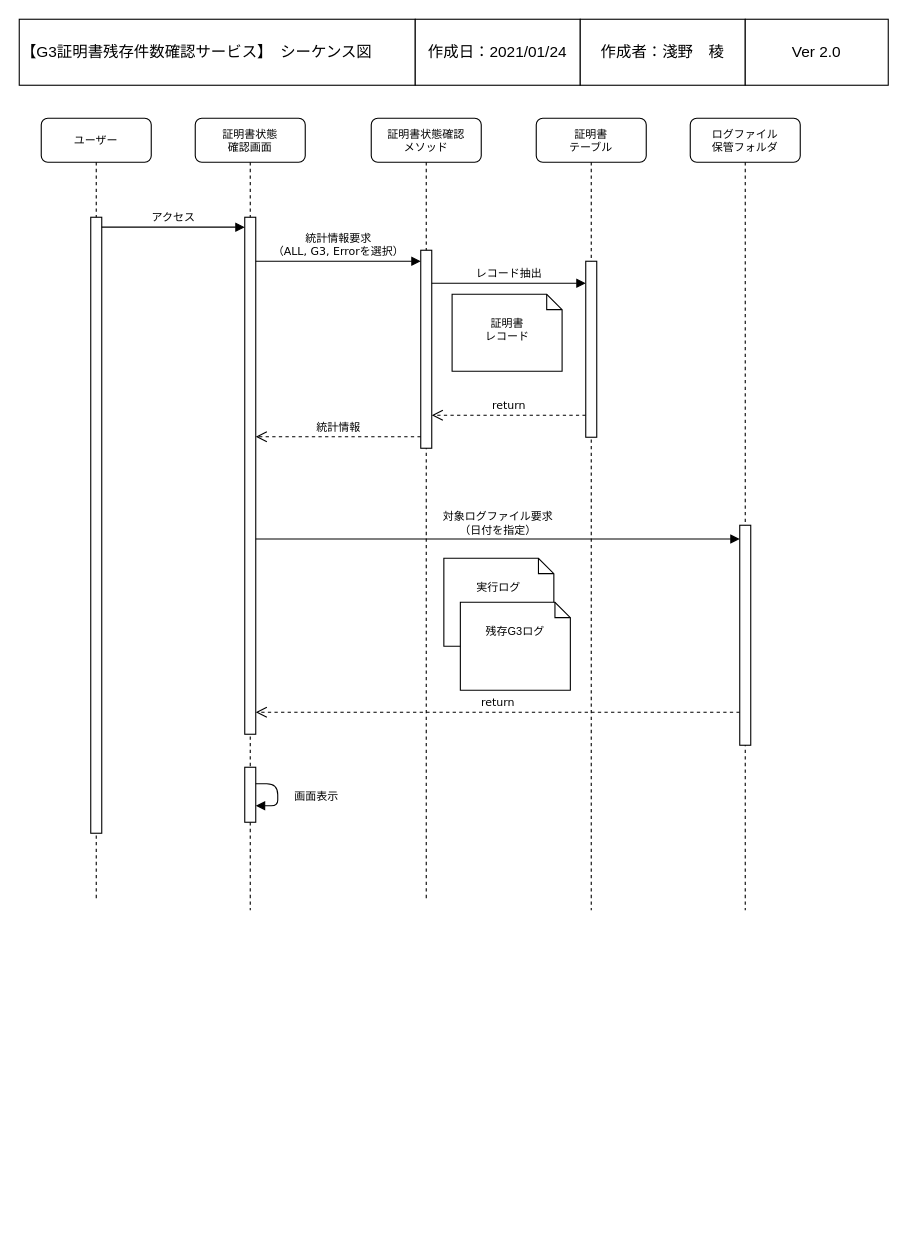
r-asano/kaihatsubuKenshu keeps this draw.io diagram as page "シーケンス図（WEB UI）" (2 of 6) of UMLDiagram.drawio. Above is the earlier version. Source tidied: cells renumbered, new cells numbered last; positions are measured from the earlier drawing's top-left corner, leaving out a move shared by most shapes. Both pictures are drawn from the tidied source at 110%, with x=0, y=0 at pixel (19, 19).
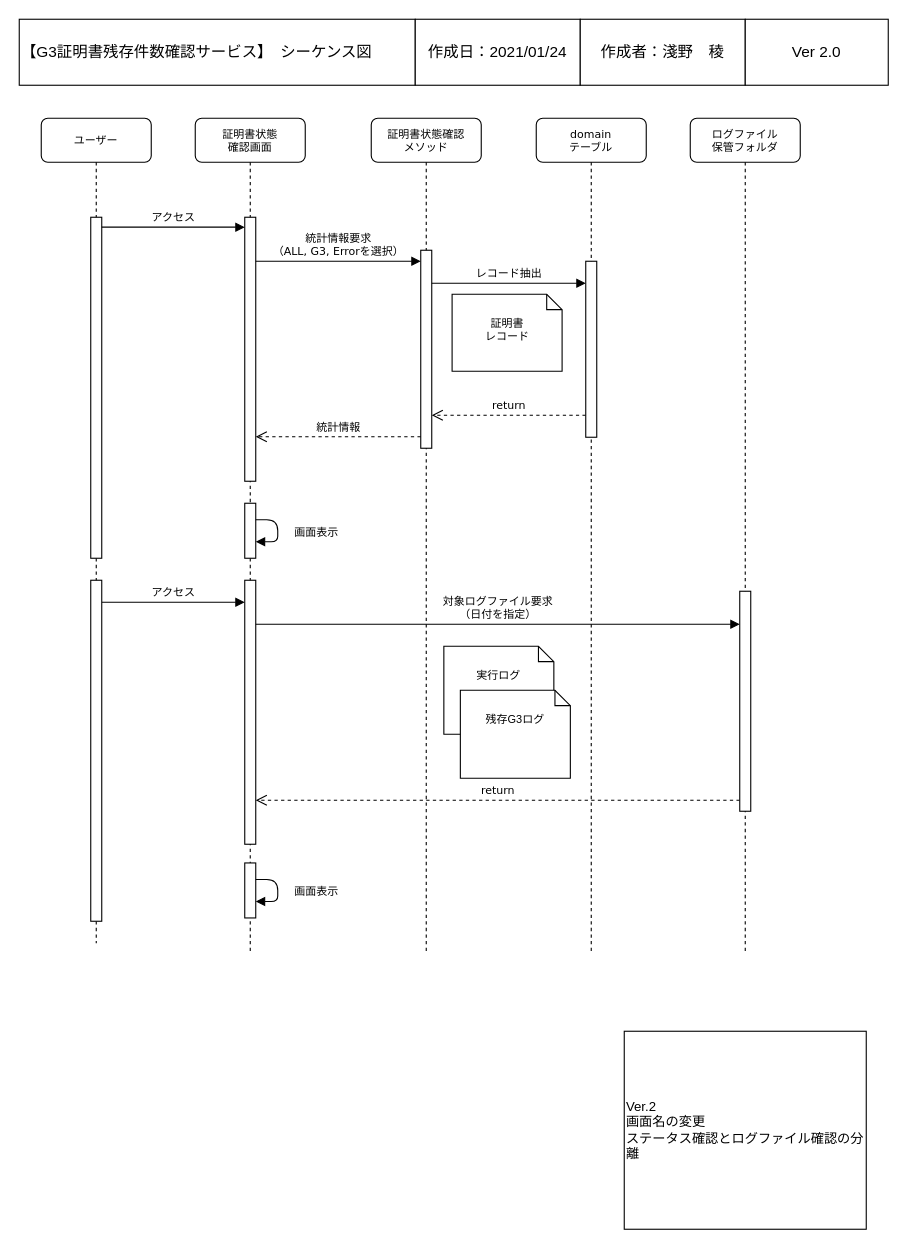
The same page after the edit.

Diff of the diagram source:
```diff
@@
     <mxCell id="2" value="証明書状態&lt;br style=&quot;font-size: 10px&quot;&gt;確認画面" style="shape=umlLifeline;perimeter=lifelinePerimeter;whiteSpace=wrap;html=1;rounded=1;shadow=0;comic=0;labelBackgroundColor=none;strokeWidth=1;fontFamily=Verdana;fontSize=10;align=center;" parent="1" vertex="1">
-      <mxGeometry x="160" y="90" width="100" height="720" as="geometry" />
+      <mxGeometry x="160" y="90" width="100" height="760" as="geometry" />
     </mxCell>
     <mxCell id="3" style="html=1;points=[];perimeter=orthogonalPerimeter;rounded=0;shadow=0;comic=0;labelBackgroundColor=none;strokeWidth=1;fontFamily=Verdana;fontSize=10;align=center;" parent="2" vertex="1">
-      <mxGeometry x="45" y="90" width="10" height="470" as="geometry" />
+      <mxGeometry x="45" y="90" width="10" height="240" as="geometry" />
     </mxCell>
     <mxCell id="4" style="html=1;points=[];perimeter=orthogonalPerimeter;rounded=0;shadow=0;comic=0;labelBackgroundColor=none;strokeWidth=1;fontFamily=Verdana;fontSize=10;align=center;" parent="2" vertex="1">
-      <mxGeometry x="45" y="590" width="10" height="50" as="geometry" />
+      <mxGeometry x="45" y="677" width="10" height="50" as="geometry" />
     </mxCell>
@@
+    <mxCell id="28" style="html=1;points=[];perimeter=orthogonalPerimeter;rounded=0;shadow=0;comic=0;labelBackgroundColor=none;strokeWidth=1;fontFamily=Verdana;fontSize=10;align=center;" parent="2" vertex="1">
+      <mxGeometry x="45" y="420" width="10" height="240" as="geometry" />
+    </mxCell>
+    <mxCell id="29" style="html=1;points=[];perimeter=orthogonalPerimeter;rounded=0;shadow=0;comic=0;labelBackgroundColor=none;strokeWidth=1;fontFamily=Verdana;fontSize=10;align=center;" parent="2" vertex="1">
+      <mxGeometry x="45" y="350" width="10" height="50" as="geometry" />
+    </mxCell>
+    <mxCell id="30" value="画面表示" style="html=1;verticalAlign=bottom;endArrow=block;fontSize=10;" parent="2" edge="1" source="29" target="29">
+      <mxGeometry x="0.33" y="-35" relative="1" as="geometry">
+        <mxPoint x="35" y="35" as="offset" />
+      </mxGeometry>
+    </mxCell>
     <mxCell id="6" value="&lt;div style=&quot;font-size: 10px&quot;&gt;証明書状態確認&lt;br&gt;&lt;/div&gt;&lt;div style=&quot;font-size: 10px&quot;&gt;メソッド&lt;br style=&quot;font-size: 10px&quot;&gt;&lt;/div&gt;" style="shape=umlLifeline;perimeter=lifelinePerimeter;whiteSpace=wrap;html=1;rounded=1;shadow=0;comic=0;labelBackgroundColor=none;strokeWidth=1;fontFamily=Verdana;fontSize=10;align=center;" parent="1" vertex="1">
-      <mxGeometry x="320" y="90" width="100" height="710" as="geometry" />
+      <mxGeometry x="320" y="90" width="100" height="760" as="geometry" />
     </mxCell>
@@
     <mxCell id="8" value="ユーザー" style="shape=umlLifeline;perimeter=lifelinePerimeter;whiteSpace=wrap;html=1;rounded=1;shadow=0;comic=0;labelBackgroundColor=none;strokeWidth=1;fontFamily=Verdana;fontSize=10;align=center;" parent="1" vertex="1">
-      <mxGeometry x="20" y="90" width="100" height="710" as="geometry" />
+      <mxGeometry x="20" y="90" width="100" height="750" as="geometry" />
     </mxCell>
     <mxCell id="9" style="html=1;points=[];perimeter=orthogonalPerimeter;rounded=0;shadow=0;comic=0;labelBackgroundColor=none;strokeWidth=1;fontFamily=Verdana;fontSize=10;align=center;" parent="8" vertex="1">
-      <mxGeometry x="45" y="90" width="10" height="560" as="geometry" />
+      <mxGeometry x="45" y="90" width="10" height="310" as="geometry" />
     </mxCell>
-    <mxCell id="10" value="&lt;div&gt;対象ログファイル要求&lt;/div&gt;（日付を指定）" style="html=1;verticalAlign=bottom;endArrow=block;labelBackgroundColor=none;fontFamily=Verdana;fontSize=10;edgeStyle=elbowEdgeStyle;elbow=vertical;" parent="1" edge="1" target="14">
+    <mxCell id="10" value="&lt;div&gt;対象ログファイル要求&lt;/div&gt;（日付を指定）" style="html=1;verticalAlign=bottom;endArrow=block;labelBackgroundColor=none;fontFamily=Verdana;fontSize=10;edgeStyle=elbowEdgeStyle;elbow=vertical;" parent="1" edge="1" source="28" target="14">
       <mxGeometry relative="1" as="geometry">
-        <mxPoint x="215" y="472.5" as="sourcePoint" />
         <Array as="points">
-          <mxPoint x="300" y="472.5" />
+          <mxPoint x="580" y="550" />
+          <mxPoint x="570" y="560" />
+          <mxPoint x="330" y="540" />
+          <mxPoint x="310" y="690" />
+          <mxPoint x="300" y="532.5" />
         </Array>
       </mxGeometry>
     </mxCell>
-    <mxCell id="11" value="return" style="html=1;verticalAlign=bottom;endArrow=open;dashed=1;endSize=8;labelBackgroundColor=none;fontFamily=Verdana;fontSize=10;edgeStyle=elbowEdgeStyle;elbow=vertical;" parent="1" edge="1" source="14" target="3">
+    <mxCell id="11" value="return" style="html=1;verticalAlign=bottom;endArrow=open;dashed=1;endSize=8;labelBackgroundColor=none;fontFamily=Verdana;fontSize=10;edgeStyle=elbowEdgeStyle;elbow=vertical;" parent="1" edge="1" source="14" target="28">
       <mxGeometry relative="1" as="geometry">
         <Array as="points">
-          <mxPoint x="560" y="630" />
-          <mxPoint x="300" y="592.5" />
-          <mxPoint x="300" y="582.5" />
-          <mxPoint x="330" y="582.5" />
+          <mxPoint x="590" y="710" />
+          <mxPoint x="320" y="690" />
+          <mxPoint x="310" y="620" />
+          <mxPoint x="210" y="530" />
+          <mxPoint x="560" y="690" />
+          <mxPoint x="300" y="652.5" />
+          <mxPoint x="300" y="642.5" />
+          <mxPoint x="330" y="642.5" />
         </Array>
       </mxGeometry>
     </mxCell>
@@
     <mxCell id="13" value="ログファイル&lt;br style=&quot;font-size: 10px&quot;&gt;保管フォルダ" style="shape=umlLifeline;perimeter=lifelinePerimeter;whiteSpace=wrap;html=1;rounded=1;shadow=0;comic=0;labelBackgroundColor=none;strokeWidth=1;fontFamily=Verdana;fontSize=10;align=center;" parent="1" vertex="1">
-      <mxGeometry x="610" y="90" width="100" height="720" as="geometry" />
+      <mxGeometry x="610" y="90" width="100" height="760" as="geometry" />
     </mxCell>
     <mxCell id="14" style="html=1;points=[];perimeter=orthogonalPerimeter;rounded=0;shadow=0;comic=0;labelBackgroundColor=none;strokeWidth=1;fontFamily=Verdana;fontSize=10;align=center;" parent="13" vertex="1">
-      <mxGeometry x="45" y="370" width="10" height="200" as="geometry" />
+      <mxGeometry x="45" y="430" width="10" height="200" as="geometry" />
     </mxCell>
@@
-    <mxCell id="19" value="&lt;div style=&quot;font-size: 10px&quot;&gt;証明書&lt;/div&gt;&lt;div style=&quot;font-size: 10px&quot;&gt;テーブル&lt;br style=&quot;font-size: 10px&quot;&gt;&lt;/div&gt;" style="shape=umlLifeline;perimeter=lifelinePerimeter;whiteSpace=wrap;html=1;rounded=1;shadow=0;comic=0;labelBackgroundColor=none;strokeWidth=1;fontFamily=Verdana;fontSize=10;align=center;" parent="1" vertex="1">
-      <mxGeometry x="470" y="90" width="100" height="720" as="geometry" />
+    <mxCell id="19" value="&lt;div style=&quot;font-size: 10px&quot;&gt;domain&lt;br&gt;&lt;/div&gt;&lt;div style=&quot;font-size: 10px&quot;&gt;テーブル&lt;br style=&quot;font-size: 10px&quot;&gt;&lt;/div&gt;" style="shape=umlLifeline;perimeter=lifelinePerimeter;whiteSpace=wrap;html=1;rounded=1;shadow=0;comic=0;labelBackgroundColor=none;strokeWidth=1;fontFamily=Verdana;fontSize=10;align=center;" parent="1" vertex="1">
+      <mxGeometry x="470" y="90" width="100" height="760" as="geometry" />
     </mxCell>
@@
     <mxCell id="22" value="&lt;div style=&quot;font-size: 10px&quot; align=&quot;center&quot;&gt;実行ログ&lt;/div&gt;" style="shape=note2;boundedLbl=1;whiteSpace=wrap;html=1;size=14;verticalAlign=top;align=center;fontSize=10;" parent="1" vertex="1">
-      <mxGeometry x="386" y="490" width="100" height="80" as="geometry" />
+      <mxGeometry x="386" y="570" width="100" height="80" as="geometry" />
     </mxCell>
     <mxCell id="23" value="残存G3ログ" style="shape=note2;boundedLbl=1;whiteSpace=wrap;html=1;size=14;verticalAlign=top;align=center;fontSize=10;" parent="1" vertex="1">
-      <mxGeometry x="401" y="530" width="100" height="80" as="geometry" />
+      <mxGeometry x="401" y="610" width="100" height="80" as="geometry" />
     </mxCell>
@@
+    <mxCell id="31" value="&lt;div align=&quot;left&quot;&gt;Ver.2&lt;/div&gt;&lt;div align=&quot;left&quot;&gt;画面名の変更&lt;/div&gt;&lt;div align=&quot;left&quot;&gt;ステータス確認とログファイル確認の分離&lt;br&gt;&lt;/div&gt;" style="rounded=0;whiteSpace=wrap;html=1;align=left;" parent="1" vertex="1">
+      <mxGeometry x="550" y="920" width="220" height="180" as="geometry" />
+    </mxCell>
+    <mxCell id="32" value="アクセス" style="html=1;verticalAlign=bottom;endArrow=block;labelBackgroundColor=none;fontFamily=Verdana;fontSize=10;edgeStyle=elbowEdgeStyle;elbow=vertical;" parent="1" edge="1" target="28">
+      <mxGeometry relative="1" as="geometry">
+        <mxPoint x="75" y="530" as="sourcePoint" />
+        <Array as="points">
+          <mxPoint x="140" y="530" />
+          <mxPoint x="165" y="541" />
+        </Array>
+      </mxGeometry>
+    </mxCell>
+    <mxCell id="33" style="html=1;perimeter=orthogonalPerimeter;rounded=0;shadow=0;comic=0;labelBackgroundColor=none;strokeWidth=1;fontFamily=Verdana;fontSize=10;align=center;" parent="1" vertex="1">
+      <mxGeometry x="65" y="510" width="10" height="310" as="geometry" />
+    </mxCell>
```
